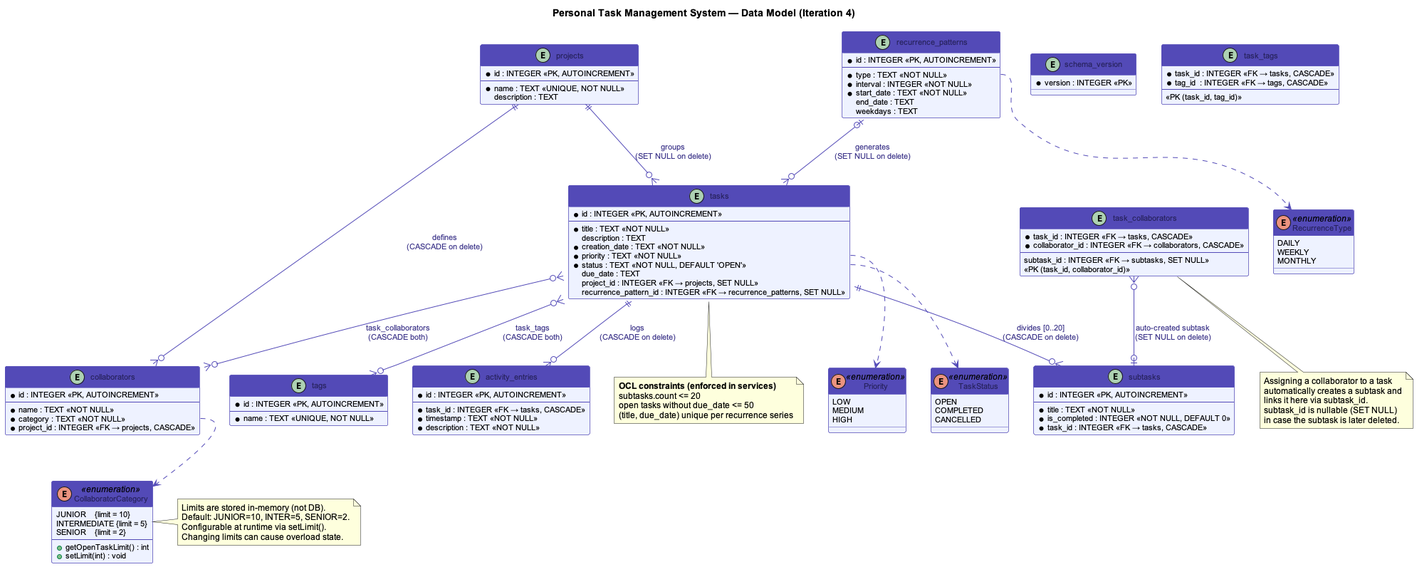
Earlier version of the PlantUML export Iterations/Iteration-4/UmlDataModel/DataModel.png (dan-gan/SOEN-342).
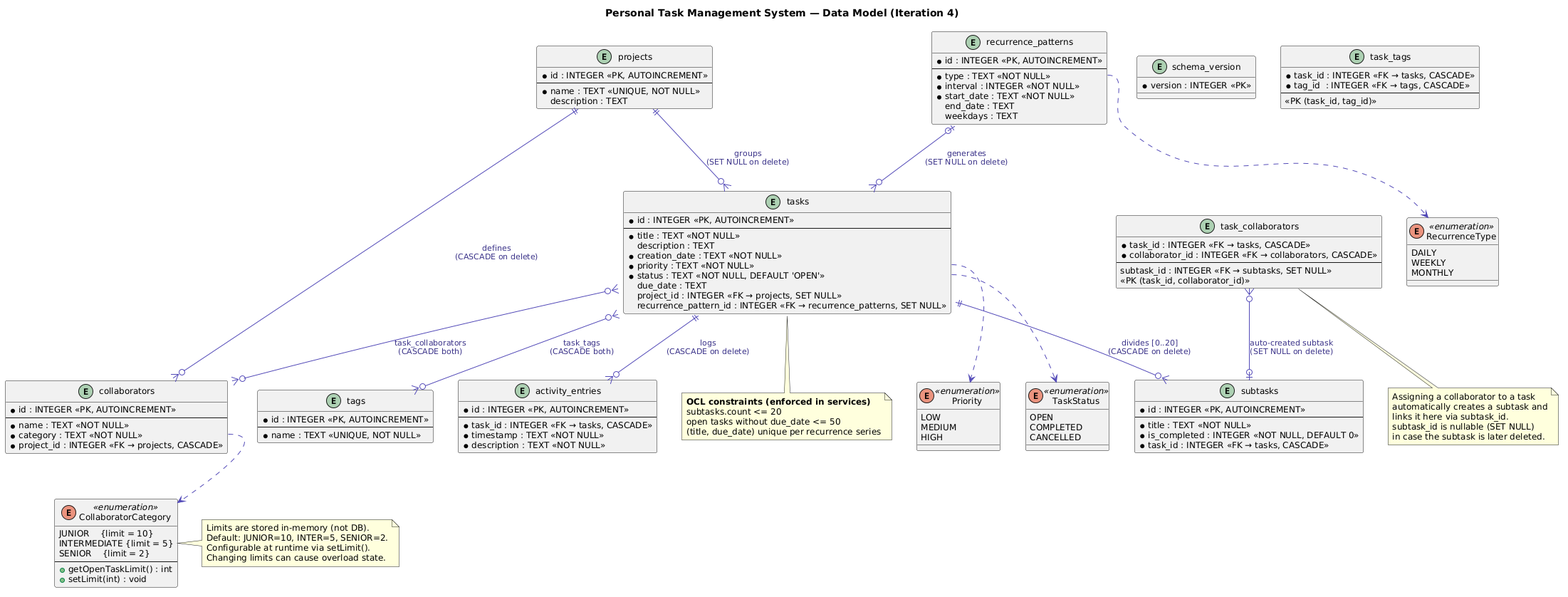
After the change.

Commit message:
Change background for readability DataModel, Rename UpdateDomainModel to FinalDomainModel

Diff of the diagram source:
```diff
@@ -1,20 +1,10 @@
-@startuml DataModel
+@startuml
 title Personal Task Management System — Data Model (Iteration 4)
 
 skinparam monochrome false
 skinparam shadowing false
 skinparam defaultFontName Arial
 skinparam defaultFontSize 12
-
-skinparam class {
-    BackgroundColor #EEF2FF
-    BorderColor #534AB7
-    FontColor #26215C
-    HeaderBackgroundColor #534AB7
-    HeaderFontColor #FFFFFF
-    FontSize 12
-    AttributeFontSize 11
-}
 
 skinparam arrow {
     Color #534AB7
@@ -166,5 +156,4 @@
   open tasks without due_date <= 50
   (title, due_date) unique per recurrence series
 end note
-
 @enduml
```
